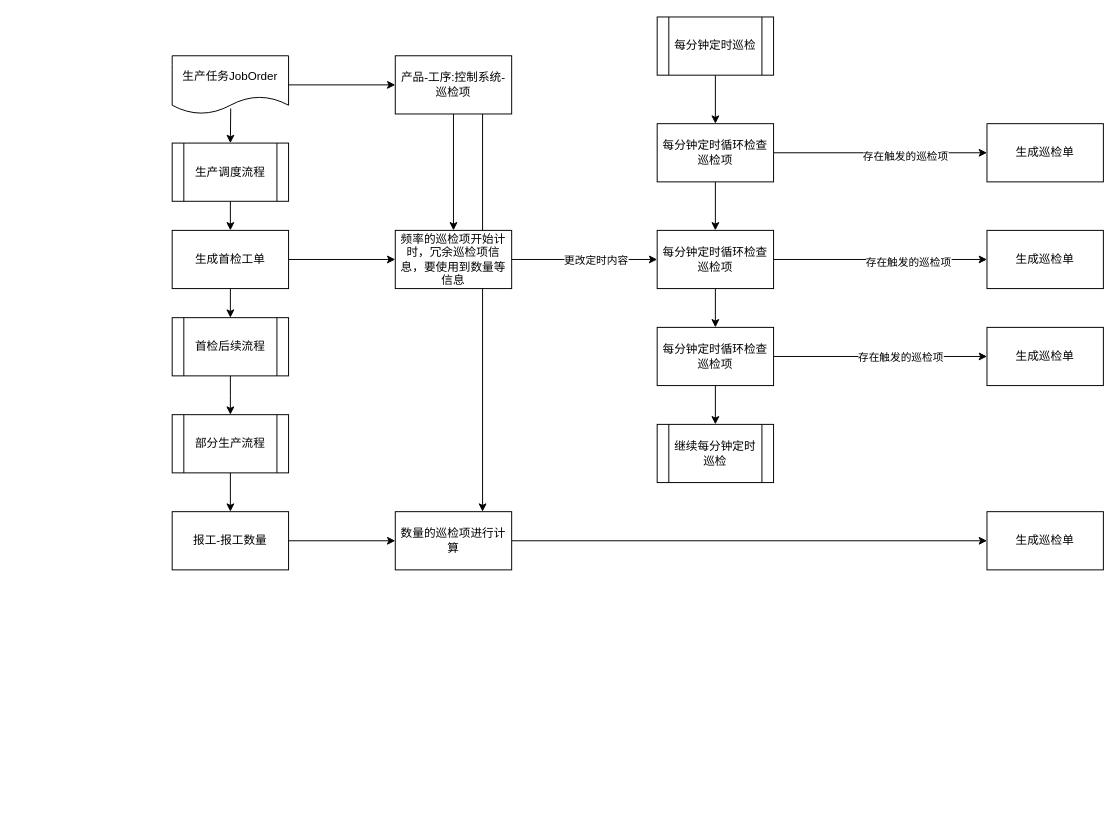
Above: page "巡检" (2 of 2) of 首检流程.drawio in sstlin/os-shell (draw.io), before the change. Source tidied: cells renumbered, new cells numbered last; positions are measured from the earlier drawing's top-left corner, leaving out a move shared by most shapes. Both pictures are drawn from the tidied source at 97%, with x=0, y=0 at pixel (172, 16).
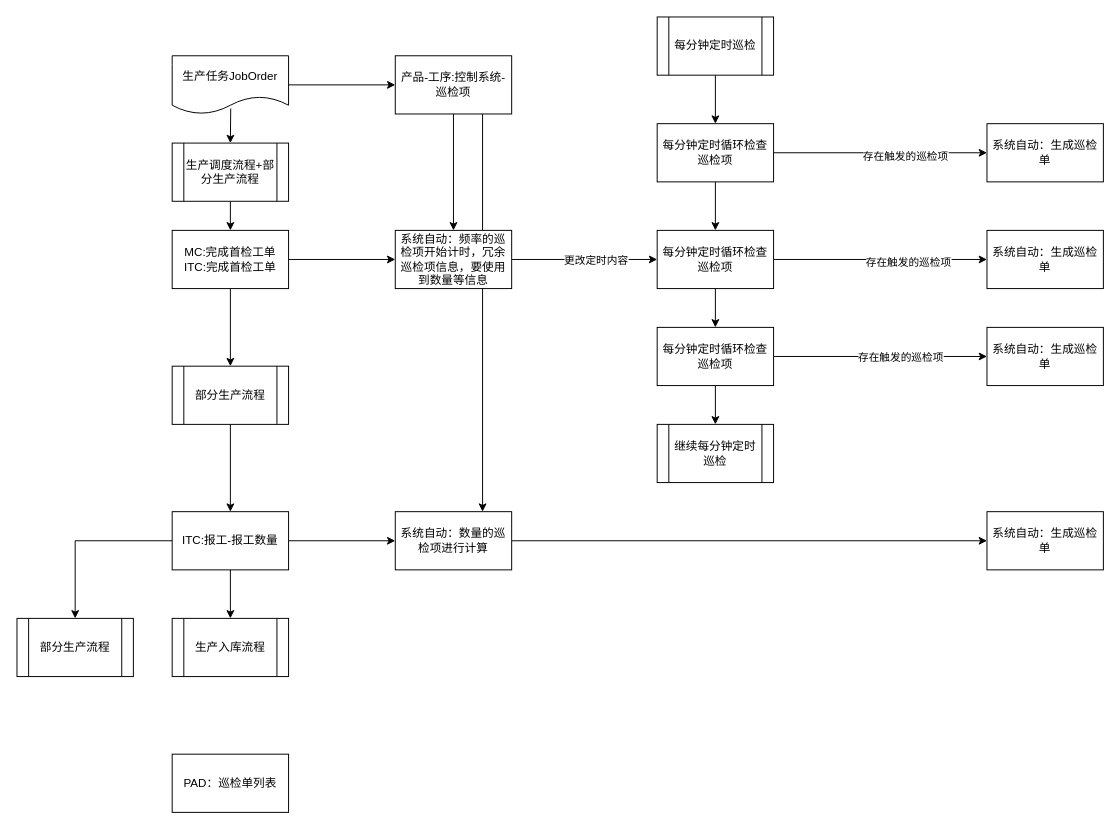
The same page after the edit.

Change to the diagram source:
```diff
@@
-    <mxCell id="2" style="edgeStyle=orthogonalEdgeStyle;rounded=0;jettySize=auto;html=1;exitX=0.5;exitY=1;exitDx=0;exitDy=0;entryX=0.5;entryY=0;entryDx=0;entryDy=0;" parent="1" edge="1" source="4" target="6">
+    <mxCell id="2" style="edgeStyle=orthogonalEdgeStyle;rounded=0;jettySize=auto;html=1;exitX=0.5;exitY=1;exitDx=0;exitDy=0;" parent="1" edge="1" source="4" target="10">
       <mxGeometry relative="1" as="geometry" />
     </mxCell>
@@
-    <mxCell id="4" value="生成首检工单" style="rounded=0;whiteSpace=wrap;html=1;" parent="1" vertex="1">
+    <mxCell id="4" value="MC:完成首检工单&lt;br&gt;ITC:完成首检工单" style="rounded=0;whiteSpace=wrap;html=1;" parent="1" vertex="1">
       <mxGeometry y="220" width="120" height="60" as="geometry" />
     </mxCell>
-    <mxCell id="5" style="edgeStyle=orthogonalEdgeStyle;rounded=0;jettySize=auto;html=1;exitX=0.5;exitY=1;exitDx=0;exitDy=0;entryX=0.5;entryY=0;entryDx=0;entryDy=0;" parent="1" edge="1" source="6">
-      <mxGeometry relative="1" as="geometry">
-        <mxPoint x="60" y="410" as="targetPoint" />
-      </mxGeometry>
-    </mxCell>
-    <mxCell id="6" value="首检后续流程" style="shape=process;whiteSpace=wrap;html=1;backgroundOutline=1;" parent="1" vertex="1">
-      <mxGeometry y="310" width="120" height="60" as="geometry" />
-    </mxCell>
@@
     <mxCell id="10" value="部分生产流程" style="shape=process;whiteSpace=wrap;html=1;backgroundOutline=1;" parent="1" vertex="1">
-      <mxGeometry y="410" width="120" height="60" as="geometry" />
+      <mxGeometry y="360" width="120" height="60" as="geometry" />
     </mxCell>
@@
-    <mxCell id="12" value="生产调度流程" style="shape=process;whiteSpace=wrap;html=1;backgroundOutline=1;" parent="1" vertex="1">
+    <mxCell id="12" value="生产调度流程+部分生产流程" style="shape=process;whiteSpace=wrap;html=1;backgroundOutline=1;" parent="1" vertex="1">
       <mxGeometry y="130" width="120" height="60" as="geometry" />
     </mxCell>
@@
-    <mxCell id="18" value="频率的巡检项开始计时，冗余巡检项信息，要使用到数量等信息" style="rounded=0;whiteSpace=wrap;html=1;" parent="1" vertex="1">
+    <mxCell id="18" value="系统自动：频率的巡检项开始计时，冗余巡检项信息，要使用到数量等信息" style="rounded=0;whiteSpace=wrap;html=1;" parent="1" vertex="1">
       <mxGeometry x="230" y="220" width="120" height="60" as="geometry" />
     </mxCell>
@@
-    <mxCell id="35" value="生成巡检单" style="rounded=0;whiteSpace=wrap;html=1;" parent="1" vertex="1">
+    <mxCell id="35" value="系统自动：生成巡检单" style="rounded=0;whiteSpace=wrap;html=1;" parent="1" vertex="1">
       <mxGeometry x="840" y="110" width="120" height="60" as="geometry" />
     </mxCell>
-    <mxCell id="36" value="生成巡检单" style="rounded=0;whiteSpace=wrap;html=1;" parent="1" vertex="1">
+    <mxCell id="36" value="系统自动：生成巡检单" style="rounded=0;whiteSpace=wrap;html=1;" parent="1" vertex="1">
       <mxGeometry x="840" y="220" width="120" height="60" as="geometry" />
     </mxCell>
-    <mxCell id="37" value="生成巡检单" style="rounded=0;whiteSpace=wrap;html=1;" parent="1" vertex="1">
+    <mxCell id="37" value="系统自动：生成巡检单" style="rounded=0;whiteSpace=wrap;html=1;" parent="1" vertex="1">
       <mxGeometry x="840" y="320" width="120" height="60" as="geometry" />
     </mxCell>
@@
+    <mxCell id="43" style="edgeStyle=orthogonalEdgeStyle;rounded=0;jettySize=auto;html=1;exitX=0;exitY=0.5;exitDx=0;exitDy=0;entryX=0.5;entryY=0;entryDx=0;entryDy=0;" parent="1" edge="1" source="39" target="45">
+      <mxGeometry relative="1" as="geometry" />
+    </mxCell>
+    <mxCell id="44" style="edgeStyle=orthogonalEdgeStyle;rounded=0;jettySize=auto;html=1;exitX=0.5;exitY=1;exitDx=0;exitDy=0;" parent="1" edge="1" source="39" target="46">
+      <mxGeometry relative="1" as="geometry" />
+    </mxCell>
-    <mxCell id="39" value="报工-报工数量" style="rounded=0;whiteSpace=wrap;html=1;" parent="1" vertex="1">
+    <mxCell id="39" value="ITC:报工-报工数量" style="rounded=0;whiteSpace=wrap;html=1;" parent="1" vertex="1">
       <mxGeometry y="510" width="120" height="60" as="geometry" />
     </mxCell>
@@
-    <mxCell id="41" value="数量的巡检项进行计算" style="rounded=0;whiteSpace=wrap;html=1;" parent="1" vertex="1">
+    <mxCell id="41" value="系统自动：数量的巡检项进行计算" style="rounded=0;whiteSpace=wrap;html=1;" parent="1" vertex="1">
       <mxGeometry x="230" y="510" width="120" height="60" as="geometry" />
     </mxCell>
-    <mxCell id="42" value="生成巡检单" style="rounded=0;whiteSpace=wrap;html=1;" parent="1" vertex="1">
+    <mxCell id="42" value="系统自动：生成巡检单" style="rounded=0;whiteSpace=wrap;html=1;" parent="1" vertex="1">
       <mxGeometry x="840" y="510" width="120" height="60" as="geometry" />
     </mxCell>
+    <mxCell id="45" value="部分生产流程" style="shape=process;whiteSpace=wrap;html=1;backgroundOutline=1;" parent="1" vertex="1">
+      <mxGeometry x="-160" y="620" width="120" height="60" as="geometry" />
+    </mxCell>
+    <mxCell id="46" value="生产入库流程" style="shape=process;whiteSpace=wrap;html=1;backgroundOutline=1;" parent="1" vertex="1">
+      <mxGeometry y="620" width="120" height="60" as="geometry" />
+    </mxCell>
+    <mxCell id="47" value="PAD：巡检单列表" style="rounded=0;whiteSpace=wrap;html=1;" parent="1" vertex="1">
+      <mxGeometry y="760" width="120" height="60" as="geometry" />
+    </mxCell>
```
